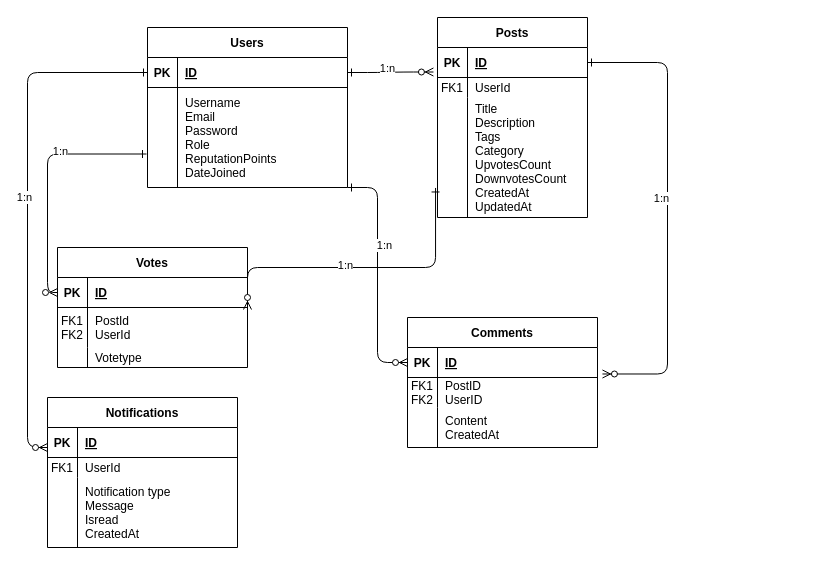
Above: Untitled Diagram.drawio in christinasaidy/IDS-ER-diagram (draw.io), before the change. Source tidied: cells renumbered, new cells numbered last; positions are measured from the earlier drawing's top-left corner, leaving out a move shared by most shapes. Both pictures are drawn from the tidied source at 100%, with x=0, y=0 at pixel (27, 17).
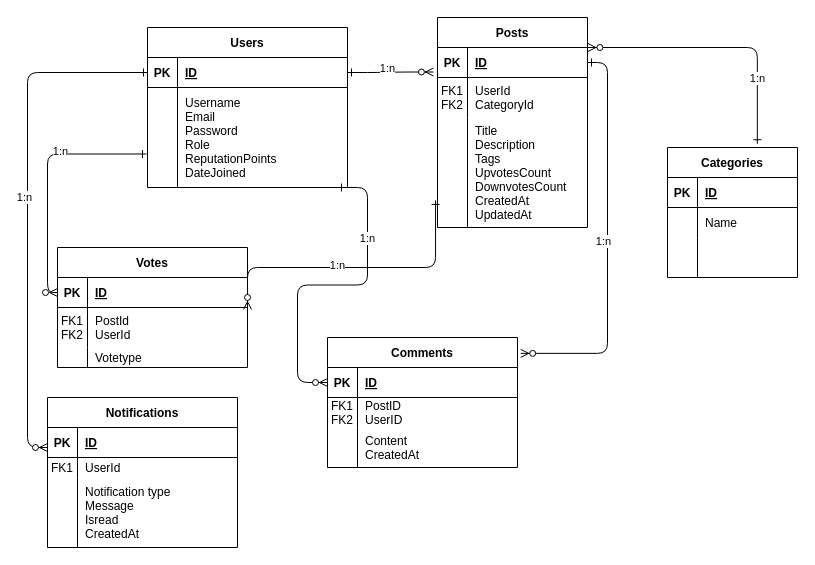
The same diagram, later.

Unchanged cells that the change refers to:
```xml
<mxCell id="5" style="shape=partialRectangle;fillColor=none;points=[[0,0.5],[1,0.5]];portConstraint=eastwest;top=0;left=0;right=0;bottom=1;" parent="4" vertex="1">
  <mxGeometry y="30" width="150" height="30" as="geometry" />
</mxCell>
<mxCell id="15" style="shape=partialRectangle;fillColor=none;points=[[0,0.5],[1,0.5]];portConstraint=eastwest;top=0;left=0;right=0;bottom=1;" parent="14" vertex="1">
  <mxGeometry y="30" width="190" height="30" as="geometry" />
</mxCell>
<mxCell id="18" style="shape=partialRectangle;fillColor=none;points=[[0,0.5],[1,0.5]];portConstraint=eastwest;top=0;left=0;right=0;bottom=0;" parent="14" vertex="1">
  <mxGeometry y="60" width="190" height="30" as="geometry" />
</mxCell>
```

What changed in the source:
```diff
@@
-    <mxCell id="3" style="edgeStyle=elbowEdgeStyle;endArrow=ERzeroToMany;startArrow=ERone;endFill=1;startFill=0;entryX=1.026;entryY=-0.117;entryDx=0;entryDy=0;entryPerimeter=0;" parent="1" edge="1" source="5" target="18">
+    <mxCell id="3" style="edgeStyle=elbowEdgeStyle;endArrow=ERzeroToMany;startArrow=ERone;endFill=1;startFill=0;entryX=1.017;entryY=0.122;entryDx=0;entryDy=0;entryPerimeter=0;" parent="1" edge="1" source="5" target="14">
       <mxGeometry relative="1" as="geometry">
         <Array as="points">
+          <mxPoint x="580" y="270" />
           <mxPoint x="640" y="210" />
         </Array>
       </mxGeometry>
     </mxCell>
     <mxCell id="4" value="Posts" style="shape=table;startSize=30;childLayout=tableLayout;rowLines=0;fontStyle=1;align=center;" parent="1" vertex="1">
-      <mxGeometry x="410" width="150" height="200" as="geometry" />
+      <mxGeometry x="410" width="150" height="210" as="geometry" />
     </mxCell>
@@
     <mxCell id="8" style="shape=partialRectangle;fillColor=none;top=0;left=0;right=0;bottom=0;" parent="4" vertex="1">
-      <mxGeometry y="60" width="150" height="20" as="geometry" />
+      <mxGeometry y="60" width="150" height="40" as="geometry" />
     </mxCell>
-    <mxCell id="9" value="FK1" style="shape=partialRectangle;overflow=hidden;fillColor=none;top=0;left=0;bottom=0;right=0;" parent="8" vertex="1">
-      <mxGeometry width="30" height="20" as="geometry" />
+    <mxCell id="9" value="FK1&#10;FK2" style="shape=partialRectangle;overflow=hidden;fillColor=none;top=0;left=0;bottom=0;right=0;" parent="8" vertex="1">
+      <mxGeometry width="30" height="40" as="geometry" />
     </mxCell>
-    <mxCell id="10" value="UserId" style="shape=partialRectangle;overflow=hidden;fillColor=none;top=0;left=0;bottom=0;right=0;align=left;spacingLeft=6;" parent="8" vertex="1">
-      <mxGeometry x="30" width="120" height="20" as="geometry" />
+    <mxCell id="10" value="UserId&#10;CategoryId" style="shape=partialRectangle;overflow=hidden;fillColor=none;top=0;left=0;bottom=0;right=0;align=left;spacingLeft=6;" parent="8" vertex="1">
+      <mxGeometry x="30" width="120" height="40" as="geometry" />
     </mxCell>
     <mxCell id="11" style="shape=partialRectangle;fillColor=none;points=[[0,0.5],[1,0.5]];portConstraint=eastwest;top=0;left=0;right=0;bottom=0;" parent="4" vertex="1">
-      <mxGeometry y="80" width="150" height="120" as="geometry" />
+      <mxGeometry y="100" width="150" height="110" as="geometry" />
     </mxCell>
     <mxCell id="12" style="shape=partialRectangle;overflow=hidden;fillColor=none;top=0;left=0;bottom=0;right=0;" parent="11" vertex="1">
-      <mxGeometry width="30" height="120" as="geometry" />
+      <mxGeometry width="30" height="110" as="geometry" />
     </mxCell>
-    <mxCell id="13" value="Title&#10;Description&#10;Tags&#10;Category&#10;UpvotesCount&#10;DownvotesCount&#10;CreatedAt&#10;UpdatedAt" style="shape=partialRectangle;overflow=hidden;fillColor=none;top=0;left=0;bottom=0;right=0;align=left;spacingLeft=6;" parent="11" vertex="1">
-      <mxGeometry x="30" width="120" height="120" as="geometry" />
+    <mxCell id="13" value="Title&#10;Description&#10;Tags&#10;UpvotesCount&#10;DownvotesCount&#10;CreatedAt&#10;UpdatedAt" style="shape=partialRectangle;overflow=hidden;fillColor=none;top=0;left=0;bottom=0;right=0;align=left;spacingLeft=6;" parent="11" vertex="1">
+      <mxGeometry x="30" width="120" height="110" as="geometry" />
     </mxCell>
     <mxCell id="14" value="Comments" style="shape=table;startSize=30;childLayout=tableLayout;rowLines=0;fontStyle=1;align=center;" parent="1" vertex="1">
-      <mxGeometry x="380" y="300" width="190" height="130" as="geometry" />
+      <mxGeometry x="300" y="320" width="190" height="130" as="geometry" />
     </mxCell>
@@
-    <mxCell id="31" style="edgeStyle=entityRelationEdgeStyle;endArrow=ERzeroToMany;startArrow=ERone;endFill=1;startFill=0;entryX=0;entryY=0.5;entryDx=0;entryDy=0;" parent="1" edge="1" target="15">
+    <mxCell id="31" style="edgeStyle=entityRelationEdgeStyle;endArrow=ERzeroToMany;startArrow=ERone;endFill=1;startFill=0;entryX=0;entryY=0.5;entryDx=0;entryDy=0;" parent="1" edge="1">
       <mxGeometry relative="1" as="geometry">
-        <mxPoint x="320" y="170" as="sourcePoint" />
+        <mxPoint x="310" y="170" as="sourcePoint" />
+        <mxPoint x="300" y="365" as="targetPoint" />
         <Array as="points">
-          <mxPoint x="340" y="170" />
-          <mxPoint x="330" y="200" />
-          <mxPoint x="290" y="172" />
-          <mxPoint x="290" y="170" />
-          <mxPoint x="410" y="230" />
-          <mxPoint x="390" y="220" />
-          <mxPoint x="395.6" y="285.4" />
-          <mxPoint x="430" y="300" />
-          <mxPoint x="350" y="310" />
-          <mxPoint x="340" y="320" />
-          <mxPoint x="310" y="320" />
-          <mxPoint x="405.6" y="355.4" />
-          <mxPoint x="365.6" y="345.4" />
-          <mxPoint x="395.6" y="325.4" />
-          <mxPoint x="395.6" y="405.4" />
+          <mxPoint x="330" y="170" />
+          <mxPoint x="320" y="200" />
+          <mxPoint x="280" y="172" />
+          <mxPoint x="280" y="170" />
+          <mxPoint x="400" y="230" />
+          <mxPoint x="380" y="220" />
+          <mxPoint x="385.6" y="285.4" />
+          <mxPoint x="420" y="300" />
+          <mxPoint x="340" y="310" />
+          <mxPoint x="330" y="320" />
+          <mxPoint x="300" y="320" />
+          <mxPoint x="395.6" y="355.4" />
+          <mxPoint x="355.6" y="345.4" />
+          <mxPoint x="385.6" y="325.4" />
+          <mxPoint x="385.6" y="405.4" />
         </Array>
       </mxGeometry>
     </mxCell>
@@
     <mxCell id="58" value="1:n" style="edgeLabel;html=1;align=center;verticalAlign=middle;" parent="1" vertex="1">
-      <mxGeometry x="327.6" y="257" as="geometry">
+      <mxGeometry x="310" y="250" as="geometry">
         <mxPoint x="29" y="-30" as="offset" />
       </mxGeometry>
     </mxCell>
     <mxCell id="59" value="1:n" style="edgeLabel;html=1;align=center;verticalAlign=middle;" parent="1" vertex="1">
-      <mxGeometry x="328.3" y="257" as="geometry">
+      <mxGeometry x="270" y="300" as="geometry">
         <mxPoint x="305" y="-77" as="offset" />
       </mxGeometry>
     </mxCell>
@@
+    <mxCell id="61" value="Categories" style="shape=table;startSize=30;childLayout=tableLayout;rowLines=0;fontStyle=1;align=center;" parent="1" vertex="1">
+      <mxGeometry x="640" y="130" width="130" height="130" as="geometry" />
+    </mxCell>
+    <mxCell id="62" style="shape=partialRectangle;fillColor=none;top=0;left=0;right=0;bottom=1;" parent="61" vertex="1">
+      <mxGeometry y="30" width="130" height="30" as="geometry" />
+    </mxCell>
+    <mxCell id="63" value="PK" style="shape=partialRectangle;overflow=hidden;fillColor=none;top=0;left=0;bottom=0;right=0;fontStyle=1;" parent="62" vertex="1">
+      <mxGeometry width="30" height="30" as="geometry" />
+    </mxCell>
+    <mxCell id="64" value="ID" style="shape=partialRectangle;overflow=hidden;fillColor=none;top=0;left=0;bottom=0;right=0;align=left;spacingLeft=6;fontStyle=5;" parent="62" vertex="1">
+      <mxGeometry x="30" width="100" height="30" as="geometry" />
+    </mxCell>
+    <mxCell id="65" style="shape=partialRectangle;fillColor=none;top=0;left=0;right=0;bottom=0;" parent="61" vertex="1">
+      <mxGeometry y="60" width="130" height="30" as="geometry" />
+    </mxCell>
+    <mxCell id="66" style="shape=partialRectangle;overflow=hidden;fillColor=none;top=0;left=0;bottom=0;right=0;" parent="65" vertex="1">
+      <mxGeometry width="30" height="30" as="geometry" />
+    </mxCell>
+    <mxCell id="67" value="Name" style="shape=partialRectangle;overflow=hidden;fillColor=none;top=0;left=0;bottom=0;right=0;align=left;spacingLeft=6;" parent="65" vertex="1">
+      <mxGeometry x="30" width="100" height="30" as="geometry" />
+    </mxCell>
+    <mxCell id="68" style="shape=partialRectangle;fillColor=none;top=0;left=0;right=0;bottom=0;" parent="61" vertex="1">
+      <mxGeometry y="90" width="130" height="40" as="geometry" />
+    </mxCell>
+    <mxCell id="69" style="shape=partialRectangle;overflow=hidden;fillColor=none;top=0;left=0;bottom=0;right=0;" parent="68" vertex="1">
+      <mxGeometry width="30" height="40" as="geometry" />
+    </mxCell>
+    <mxCell id="70" style="shape=partialRectangle;overflow=hidden;fillColor=none;top=0;left=0;bottom=0;right=0;align=left;spacingLeft=6;" parent="68" vertex="1">
+      <mxGeometry x="30" width="100" height="40" as="geometry" />
+    </mxCell>
+    <mxCell id="71" style="edgeStyle=elbowEdgeStyle;endArrow=ERzeroToMany;startArrow=ERone;endFill=1;startFill=0;elbow=vertical;entryX=1.003;entryY=0.007;entryDx=0;entryDy=0;entryPerimeter=0;exitX=0.691;exitY=-0.029;exitDx=0;exitDy=0;exitPerimeter=0;" parent="1" edge="1" source="61" target="5">
+      <mxGeometry relative="1" as="geometry">
+        <Array as="points">
+          <mxPoint x="600" y="30" />
+        </Array>
+      </mxGeometry>
+    </mxCell>
+    <mxCell id="72" value="1:n" style="edgeLabel;html=1;align=center;verticalAlign=middle;" parent="1" vertex="1">
+      <mxGeometry x="700" y="60" as="geometry">
+        <mxPoint x="29" as="offset" />
+      </mxGeometry>
+    </mxCell>
```
